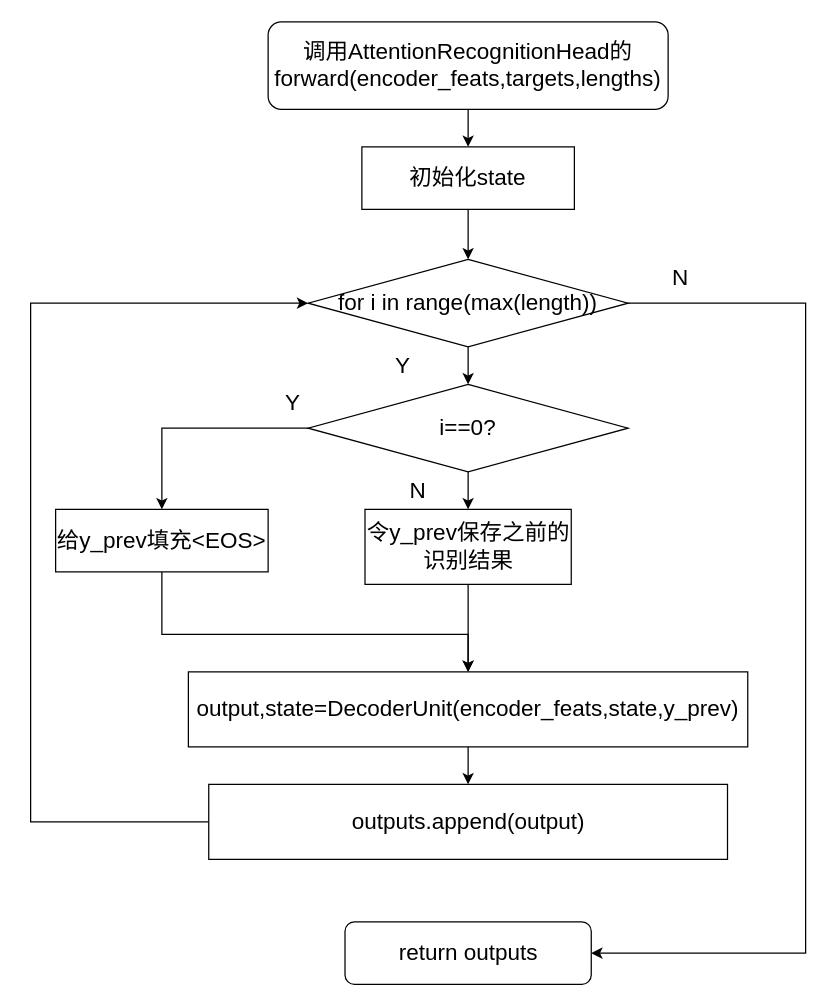
Dong-J93/_pictures keeps this draw.io diagram as thesis_att_net1.drawio. Above is the earlier version. Source tidied: cells renumbered, new cells numbered last; positions are measured from the earlier drawing's top-left corner, leaving out a move shared by most shapes. Both pictures are drawn from the tidied source at 125%, with x=0, y=0 at pixel (30, 21).
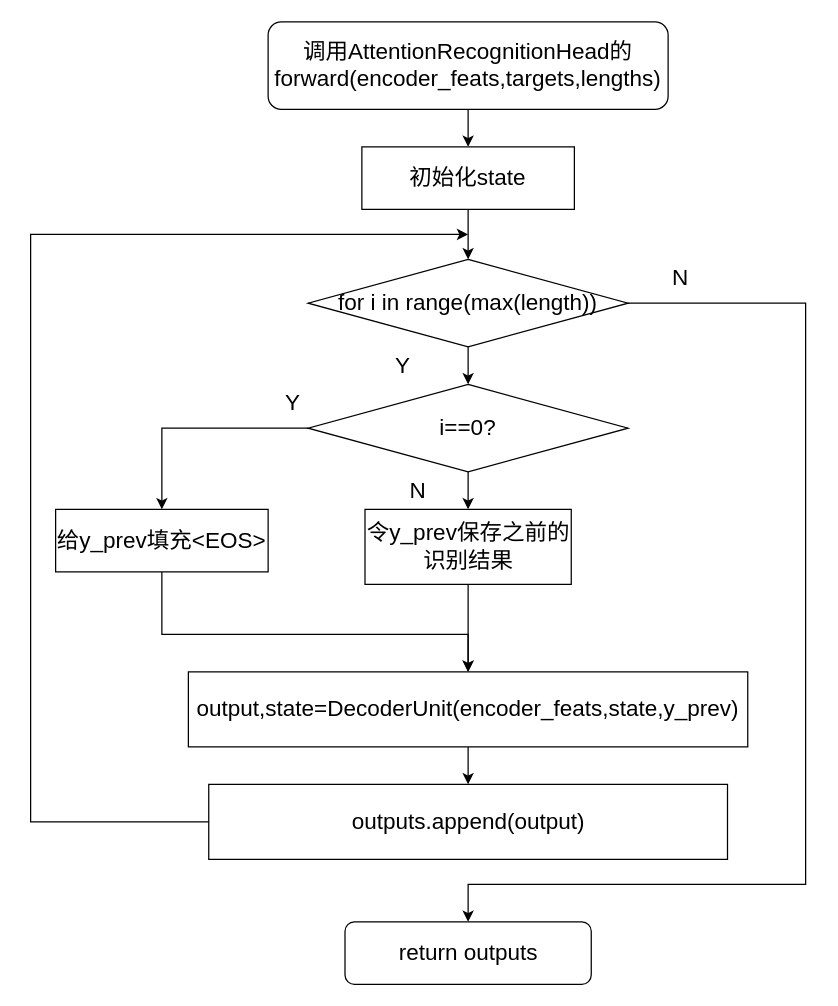
The same page after the edit.

The change refers to these unchanged cells:
```xml
<mxCell id="7" value="&lt;font style=&quot;font-size: 18px;&quot;&gt;for i in range(max(length))&lt;/font&gt;" style="rhombus;whiteSpace=wrap;html=1;" parent="1" vertex="1">
  <mxGeometry x="222" y="190" width="256" height="70" as="geometry" />
</mxCell>
<mxCell id="22" value="&lt;font style=&quot;font-size: 18px;&quot;&gt;outputs.append(output)&lt;/font&gt;" style="whiteSpace=wrap;html=1;" parent="1" vertex="1">
  <mxGeometry x="142.5" y="610" width="415" height="60" as="geometry" />
</mxCell>
<mxCell id="23" value="&lt;font style=&quot;font-size: 18px;&quot;&gt;return outputs&lt;/font&gt;" style="rounded=1;whiteSpace=wrap;html=1;" parent="1" vertex="1">
  <mxGeometry x="251.5" y="720" width="197" height="50" as="geometry" />
</mxCell>
```

What changed in the source:
```diff
@@
-    <mxCell id="6" style="edgeStyle=orthogonalEdgeStyle;rounded=0;jettySize=auto;html=1;exitX=1;exitY=0.5;exitDx=0;exitDy=0;entryX=1;entryY=0.5;entryDx=0;entryDy=0;" parent="1" edge="1" source="7" target="23">
+    <mxCell id="6" style="edgeStyle=orthogonalEdgeStyle;rounded=0;jettySize=auto;html=1;exitX=1;exitY=0.5;exitDx=0;exitDy=0;entryX=0.5;entryY=0;entryDx=0;entryDy=0;" parent="1" edge="1" source="7" target="23">
       <mxGeometry relative="1" as="geometry">
         <Array as="points">
           <mxPoint x="620" y="225" />
-          <mxPoint x="620" y="745" />
+          <mxPoint x="620" y="690" />
+          <mxPoint x="350" y="690" />
         </Array>
       </mxGeometry>
     </mxCell>
@@
-    <mxCell id="21" style="edgeStyle=orthogonalEdgeStyle;rounded=0;jettySize=auto;html=1;exitX=0;exitY=0.5;exitDx=0;exitDy=0;entryX=0;entryY=0.5;entryDx=0;entryDy=0;" parent="1" edge="1" source="22" target="7">
+    <mxCell id="21" style="edgeStyle=orthogonalEdgeStyle;rounded=0;jettySize=auto;html=1;exitX=0;exitY=0.5;exitDx=0;exitDy=0;" parent="1" edge="1" source="22">
       <mxGeometry relative="1" as="geometry">
+        <mxPoint x="350" y="170" as="targetPoint" />
         <Array as="points">
           <mxPoint y="640" />
-          <mxPoint y="225" />
+          <mxPoint y="170" />
+          <mxPoint x="350" y="170" />
         </Array>
       </mxGeometry>
     </mxCell>
```
